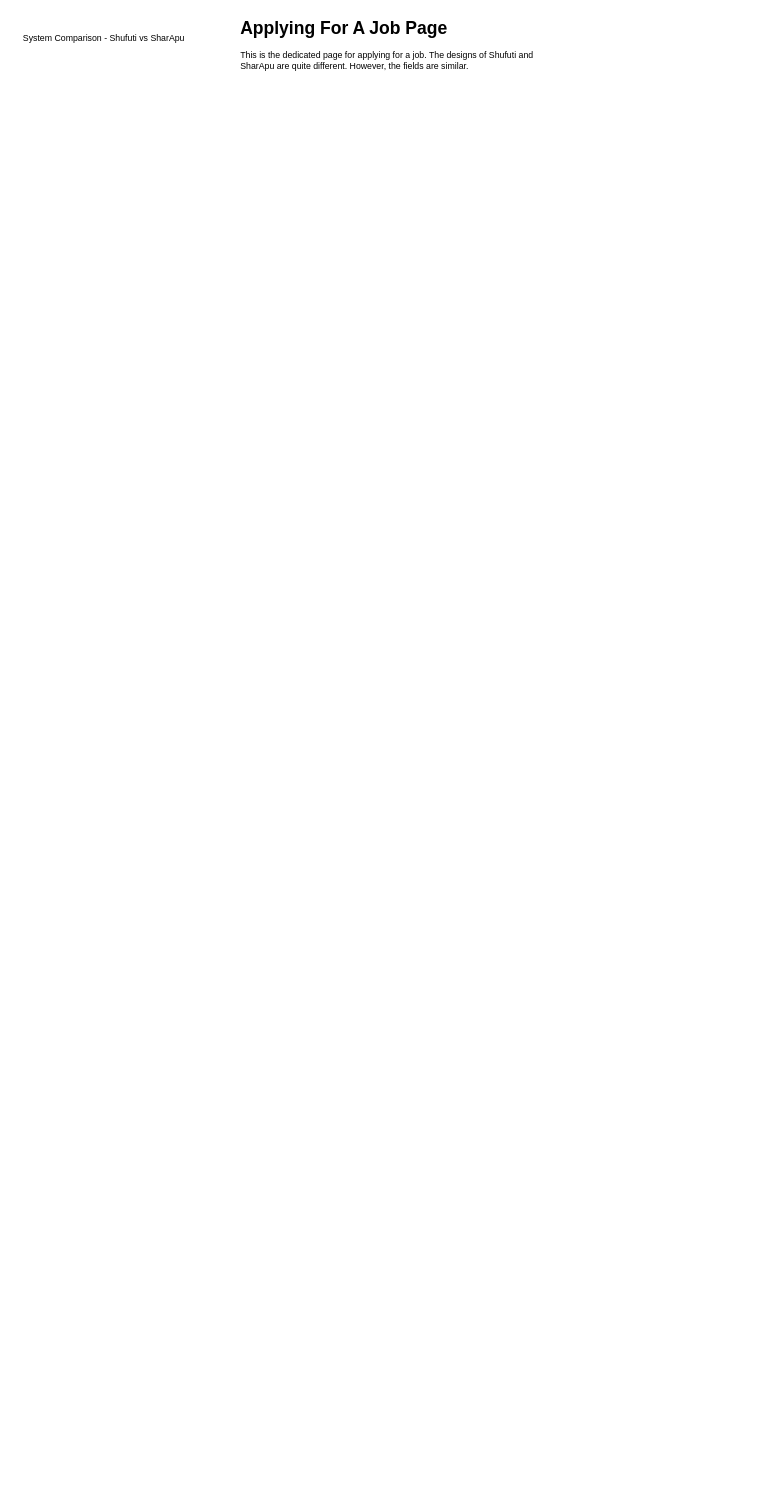
The draw.io diagram System Comparison - Shufuti vs SharApu/ApplyingForAJob.drawio in SumaiyaTarannumNoor/SharApu-Job-Portal, before the edit. Source tidied: cells renumbered, new cells numbered last; positions are measured from the earlier drawing's top-left corner, leaving out a move shared by most shapes. Both pictures are drawn from the tidied source at 73%, with x=0, y=0 at pixel (12, 12).
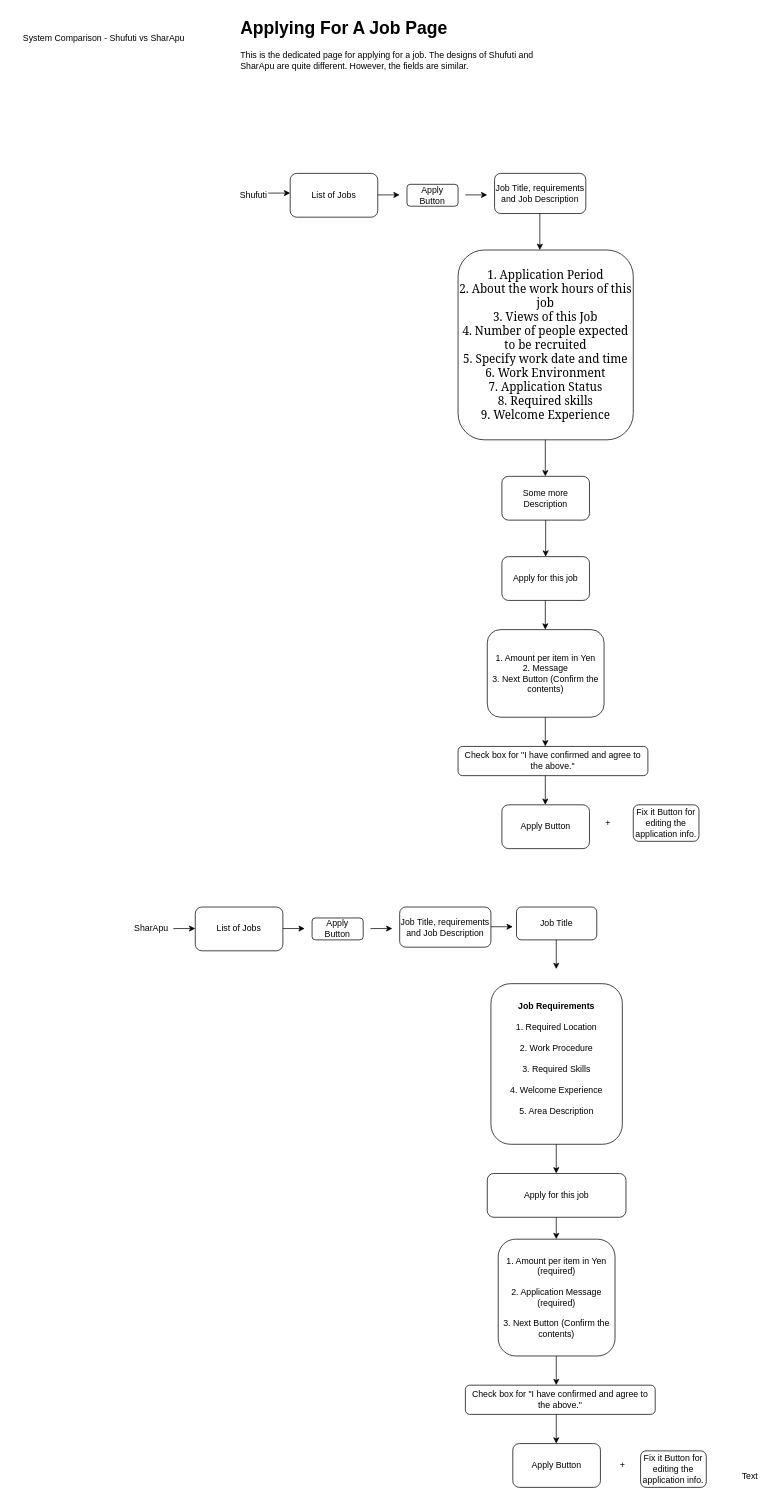
The same page after the edit.

What changed in the source:
```diff
@@
+    <mxCell id="4" value="Shufuti" style="text;html=1;align=center;verticalAlign=middle;whiteSpace=wrap;rounded=0;" parent="1" vertex="1">
+      <mxGeometry x="300" y="235" width="60" height="30" as="geometry" />
+    </mxCell>
+    <mxCell id="5" value="List of Jobs" style="rounded=1;whiteSpace=wrap;html=1;" parent="1" vertex="1">
+      <mxGeometry x="380" y="220" width="120" height="60" as="geometry" />
+    </mxCell>
+    <mxCell id="6" value="Apply Button" style="rounded=1;whiteSpace=wrap;html=1;" parent="1" vertex="1">
+      <mxGeometry x="540" y="235" width="70" height="30" as="geometry" />
+    </mxCell>
+    <mxCell id="7" value="Job Title, requirements and Job Description" style="rounded=1;whiteSpace=wrap;html=1;" parent="1" vertex="1">
+      <mxGeometry x="660" y="220" width="125" height="55" as="geometry" />
+    </mxCell>
+    <mxCell id="8" style="endArrow=classic;html=1;rounded=0;" parent="1" edge="1">
+      <mxGeometry relative="1" as="geometry">
+        <mxPoint x="620" y="249.5" as="sourcePoint" />
+        <mxPoint x="650" y="249.5" as="targetPoint" />
+      </mxGeometry>
+    </mxCell>
+    <mxCell id="9" style="endArrow=classic;html=1;rounded=0;" parent="1" edge="1">
+      <mxGeometry relative="1" as="geometry">
+        <mxPoint x="350" y="247" as="sourcePoint" />
+        <mxPoint x="380" y="247" as="targetPoint" />
+      </mxGeometry>
+    </mxCell>
+    <mxCell id="10" style="endArrow=classic;html=1;rounded=0;" parent="1" edge="1">
+      <mxGeometry relative="1" as="geometry">
+        <mxPoint x="500" y="249.5" as="sourcePoint" />
+        <mxPoint x="530" y="249.5" as="targetPoint" />
+      </mxGeometry>
+    </mxCell>
+    <mxCell id="11" style="endArrow=classic;html=1;rounded=0;" parent="1" edge="1">
+      <mxGeometry relative="1" as="geometry">
+        <mxPoint x="722" y="275" as="sourcePoint" />
+        <mxPoint x="722" y="325" as="targetPoint" />
+      </mxGeometry>
+    </mxCell>
+    <mxCell id="12" value="&lt;font size=&quot;3&quot; face=&quot;Georgia&quot;&gt;1. Application Period&lt;/font&gt;&lt;div&gt;&lt;font size=&quot;3&quot; face=&quot;Georgia&quot;&gt;2. About the work hours of this job&lt;/font&gt;&lt;/div&gt;&lt;div&gt;&lt;font size=&quot;3&quot; face=&quot;Georgia&quot;&gt;3. Views of this Job&lt;/font&gt;&lt;/div&gt;&lt;div&gt;&lt;font size=&quot;3&quot; face=&quot;Georgia&quot;&gt;4. Number of people expected to be recruited&lt;/font&gt;&lt;/div&gt;&lt;div&gt;&lt;font size=&quot;3&quot; face=&quot;Georgia&quot;&gt;5. Specify work date and time&lt;/font&gt;&lt;/div&gt;&lt;div&gt;&lt;font size=&quot;3&quot; face=&quot;Georgia&quot;&gt;6. Work Environment&lt;/font&gt;&lt;/div&gt;&lt;div&gt;&lt;font size=&quot;3&quot; face=&quot;Georgia&quot;&gt;7. Application Status&lt;/font&gt;&lt;/div&gt;&lt;div&gt;&lt;font size=&quot;3&quot; face=&quot;Georgia&quot;&gt;8. Required skills&lt;/font&gt;&lt;/div&gt;&lt;div&gt;&lt;font size=&quot;3&quot; face=&quot;Georgia&quot;&gt;9. Welcome Experience&lt;/font&gt;&lt;/div&gt;" style="rounded=1;whiteSpace=wrap;html=1;" parent="1" vertex="1">
+      <mxGeometry x="610" y="325" width="240" height="260" as="geometry" />
+    </mxCell>
+    <mxCell id="13" style="endArrow=classic;html=1;rounded=0;" parent="1" edge="1">
+      <mxGeometry relative="1" as="geometry">
+        <mxPoint x="729.5" y="585" as="sourcePoint" />
+        <mxPoint x="729.5" y="635" as="targetPoint" />
+      </mxGeometry>
+    </mxCell>
+    <mxCell id="14" value="Some more Description" style="rounded=1;whiteSpace=wrap;html=1;" parent="1" vertex="1">
+      <mxGeometry x="670" y="635" width="120" height="60" as="geometry" />
+    </mxCell>
+    <mxCell id="15" style="endArrow=classic;html=1;rounded=0;" parent="1" edge="1" source="14">
+      <mxGeometry relative="1" as="geometry">
+        <mxPoint x="730" y="745" as="targetPoint" />
+      </mxGeometry>
+    </mxCell>
+    <mxCell id="16" value="Apply for this job" style="rounded=1;whiteSpace=wrap;html=1;" parent="1" vertex="1">
+      <mxGeometry x="670" y="745" width="120" height="60" as="geometry" />
+    </mxCell>
+    <mxCell id="17" value="1. Amount per item in Yen&lt;div&gt;2. Message&lt;/div&gt;&lt;div&gt;3. Next Button (Confirm the contents)&lt;/div&gt;" style="rounded=1;whiteSpace=wrap;html=1;" parent="1" vertex="1">
+      <mxGeometry x="650" y="845" width="160" height="120" as="geometry" />
+    </mxCell>
+    <mxCell id="18" style="endArrow=classic;html=1;rounded=0;" parent="1" edge="1">
+      <mxGeometry relative="1" as="geometry">
+        <mxPoint x="729.5" y="805" as="sourcePoint" />
+        <mxPoint x="729.5" y="845" as="targetPoint" />
+      </mxGeometry>
+    </mxCell>
+    <mxCell id="19" style="endArrow=classic;html=1;rounded=0;" parent="1" edge="1">
+      <mxGeometry relative="1" as="geometry">
+        <mxPoint x="729.5" y="965" as="sourcePoint" />
+        <mxPoint x="729.5" y="1005" as="targetPoint" />
+      </mxGeometry>
+    </mxCell>
+    <mxCell id="20" value="Check box for &quot;I have confirmed and agree to the above.&quot;" style="rounded=1;whiteSpace=wrap;html=1;" parent="1" vertex="1">
+      <mxGeometry x="610" y="1005" width="260" height="40" as="geometry" />
+    </mxCell>
+    <mxCell id="21" style="endArrow=classic;html=1;rounded=0;" parent="1" edge="1">
+      <mxGeometry relative="1" as="geometry">
+        <mxPoint x="729.5" y="1045" as="sourcePoint" />
+        <mxPoint x="729.5" y="1085" as="targetPoint" />
+      </mxGeometry>
+    </mxCell>
+    <mxCell id="22" value="Apply Button" style="rounded=1;whiteSpace=wrap;html=1;" parent="1" vertex="1">
+      <mxGeometry x="670" y="1085" width="120" height="60" as="geometry" />
+    </mxCell>
+    <mxCell id="23" value="+" style="text;html=1;align=center;verticalAlign=middle;strokeColor=none;fillColor=none;" parent="1" vertex="1">
+      <mxGeometry x="800" y="1095" width="30" height="30" as="geometry" />
+    </mxCell>
+    <mxCell id="24" value="Fix it Button for editing the application info." style="rounded=1;whiteSpace=wrap;html=1;" parent="1" vertex="1">
+      <mxGeometry x="850" y="1085" width="90" height="50" as="geometry" />
+    </mxCell>
+    <mxCell id="25" value="SharApu" style="text;html=1;align=center;verticalAlign=middle;whiteSpace=wrap;rounded=0;" parent="1" vertex="1">
+      <mxGeometry x="160" y="1240" width="60" height="30" as="geometry" />
+    </mxCell>
+    <mxCell id="26" value="List of Jobs" style="rounded=1;whiteSpace=wrap;html=1;" parent="1" vertex="1">
+      <mxGeometry x="250" y="1225" width="120" height="60" as="geometry" />
+    </mxCell>
+    <mxCell id="27" value="Apply Button" style="rounded=1;whiteSpace=wrap;html=1;" parent="1" vertex="1">
+      <mxGeometry x="410" y="1240" width="70" height="30" as="geometry" />
+    </mxCell>
+    <mxCell id="28" value="Job Title, requirements and Job Description" style="rounded=1;whiteSpace=wrap;html=1;" parent="1" vertex="1">
+      <mxGeometry x="530" y="1225" width="125" height="55" as="geometry" />
+    </mxCell>
+    <mxCell id="29" style="endArrow=classic;html=1;rounded=0;" parent="1" edge="1">
+      <mxGeometry relative="1" as="geometry">
+        <mxPoint x="490" y="1254.5" as="sourcePoint" />
+        <mxPoint x="520" y="1254.5" as="targetPoint" />
+      </mxGeometry>
+    </mxCell>
+    <mxCell id="30" style="endArrow=classic;html=1;rounded=0;" parent="1" edge="1">
+      <mxGeometry relative="1" as="geometry">
+        <mxPoint x="370" y="1254.5" as="sourcePoint" />
+        <mxPoint x="400" y="1254.5" as="targetPoint" />
+      </mxGeometry>
+    </mxCell>
+    <mxCell id="31" style="endArrow=classic;html=1;rounded=0;" parent="1" edge="1">
+      <mxGeometry relative="1" as="geometry">
+        <mxPoint x="220" y="1254.5" as="sourcePoint" />
+        <mxPoint x="250" y="1254.5" as="targetPoint" />
+      </mxGeometry>
+    </mxCell>
+    <mxCell id="32" value="Job Title" style="rounded=1;whiteSpace=wrap;html=1;" parent="1" vertex="1">
+      <mxGeometry x="690" y="1225" width="110" height="45" as="geometry" />
+    </mxCell>
+    <mxCell id="33" style="endArrow=classic;html=1;rounded=0;" parent="1" edge="1">
+      <mxGeometry relative="1" as="geometry">
+        <mxPoint x="655" y="1252" as="sourcePoint" />
+        <mxPoint x="685" y="1252" as="targetPoint" />
+      </mxGeometry>
+    </mxCell>
+    <mxCell id="34" style="endArrow=classic;html=1;rounded=0;" parent="1" edge="1">
+      <mxGeometry relative="1" as="geometry">
+        <mxPoint x="744.5" y="1270" as="sourcePoint" />
+        <mxPoint x="744.5" y="1310" as="targetPoint" />
+      </mxGeometry>
+    </mxCell>
+    <mxCell id="35" value="&lt;b&gt;Job Requirements&lt;/b&gt;&lt;div&gt;&lt;b&gt;&lt;br&gt;&lt;/b&gt;&lt;/div&gt;&lt;div&gt;1. Required Location&lt;/div&gt;&lt;div&gt;&lt;br&gt;&lt;/div&gt;&lt;div&gt;2. Work Procedure&lt;/div&gt;&lt;div&gt;&lt;br&gt;&lt;/div&gt;&lt;div&gt;3. Required Skills&lt;/div&gt;&lt;div&gt;&lt;br&gt;&lt;/div&gt;&lt;div&gt;4. Welcome Experience&lt;/div&gt;&lt;div&gt;&lt;br&gt;&lt;/div&gt;&lt;div&gt;5. Area Description&lt;/div&gt;&lt;div&gt;&lt;br&gt;&lt;/div&gt;" style="rounded=1;whiteSpace=wrap;html=1;" parent="1" vertex="1">
+      <mxGeometry x="655" y="1330" width="180" height="220" as="geometry" />
+    </mxCell>
+    <mxCell id="36" style="endArrow=classic;html=1;rounded=0;" parent="1" edge="1">
+      <mxGeometry relative="1" as="geometry">
+        <mxPoint x="744.5" y="1550" as="sourcePoint" />
+        <mxPoint x="744.5" y="1590" as="targetPoint" />
+      </mxGeometry>
+    </mxCell>
+    <mxCell id="37" value="Apply for this job" style="rounded=1;whiteSpace=wrap;html=1;" parent="1" vertex="1">
+      <mxGeometry x="650" y="1590" width="190" height="60" as="geometry" />
+    </mxCell>
+    <mxCell id="38" style="endArrow=classic;html=1;rounded=0;" parent="1" edge="1">
+      <mxGeometry relative="1" as="geometry">
+        <mxPoint x="744.5" y="1650" as="sourcePoint" />
+        <mxPoint x="744.5" y="1680" as="targetPoint" />
+      </mxGeometry>
+    </mxCell>
+    <mxCell id="39" value="1. Amount per item in Yen (required)&lt;div&gt;&amp;nbsp;&lt;div&gt;2. Application Message (required)&lt;/div&gt;&lt;div&gt;&lt;br&gt;&lt;/div&gt;&lt;div&gt;3. Next Button (Confirm the contents)&lt;/div&gt;&lt;/div&gt;" style="rounded=1;whiteSpace=wrap;html=1;" parent="1" vertex="1">
+      <mxGeometry x="665" y="1680" width="160" height="160" as="geometry" />
+    </mxCell>
+    <mxCell id="40" value="Check box for &quot;I have confirmed and agree to the above.&quot;" style="rounded=1;whiteSpace=wrap;html=1;" parent="1" vertex="1">
+      <mxGeometry x="620" y="1880" width="260" height="40" as="geometry" />
+    </mxCell>
+    <mxCell id="41" style="endArrow=classic;html=1;rounded=0;" parent="1" edge="1">
+      <mxGeometry relative="1" as="geometry">
+        <mxPoint x="744.5" y="1920" as="sourcePoint" />
+        <mxPoint x="744.5" y="1960" as="targetPoint" />
+      </mxGeometry>
+    </mxCell>
+    <mxCell id="42" value="Apply Button" style="rounded=1;whiteSpace=wrap;html=1;" parent="1" vertex="1">
+      <mxGeometry x="685" y="1960" width="120" height="60" as="geometry" />
+    </mxCell>
+    <mxCell id="43" value="+" style="text;html=1;align=center;verticalAlign=middle;strokeColor=none;fillColor=none;" parent="1" vertex="1">
+      <mxGeometry x="820" y="1975" width="30" height="30" as="geometry" />
+    </mxCell>
+    <mxCell id="44" value="Fix it Button for editing the application info." style="rounded=1;whiteSpace=wrap;html=1;" parent="1" vertex="1">
+      <mxGeometry x="860" y="1970" width="90" height="50" as="geometry" />
+    </mxCell>
+    <mxCell id="45" style="endArrow=classic;html=1;rounded=0;" parent="1" edge="1">
+      <mxGeometry relative="1" as="geometry">
+        <mxPoint x="744.5" y="1840" as="sourcePoint" />
+        <mxPoint x="744.5" y="1880" as="targetPoint" />
+      </mxGeometry>
+    </mxCell>
+    <mxCell id="46" value="Text" style="text;html=1;align=center;verticalAlign=middle;whiteSpace=wrap;rounded=0;" parent="1" vertex="1">
+      <mxGeometry x="980" y="1990" width="60" height="30" as="geometry" />
+    </mxCell>
```
